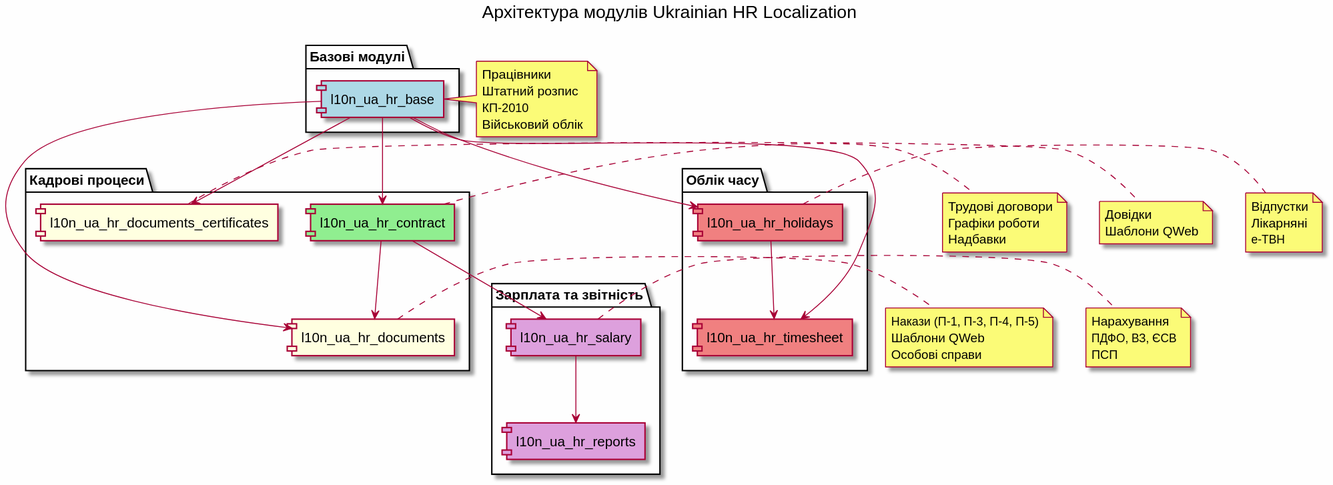
Earlier version of the PlantUML export diagrams/module_architecture.svg (ForcePushAndPray/l10n_ua).
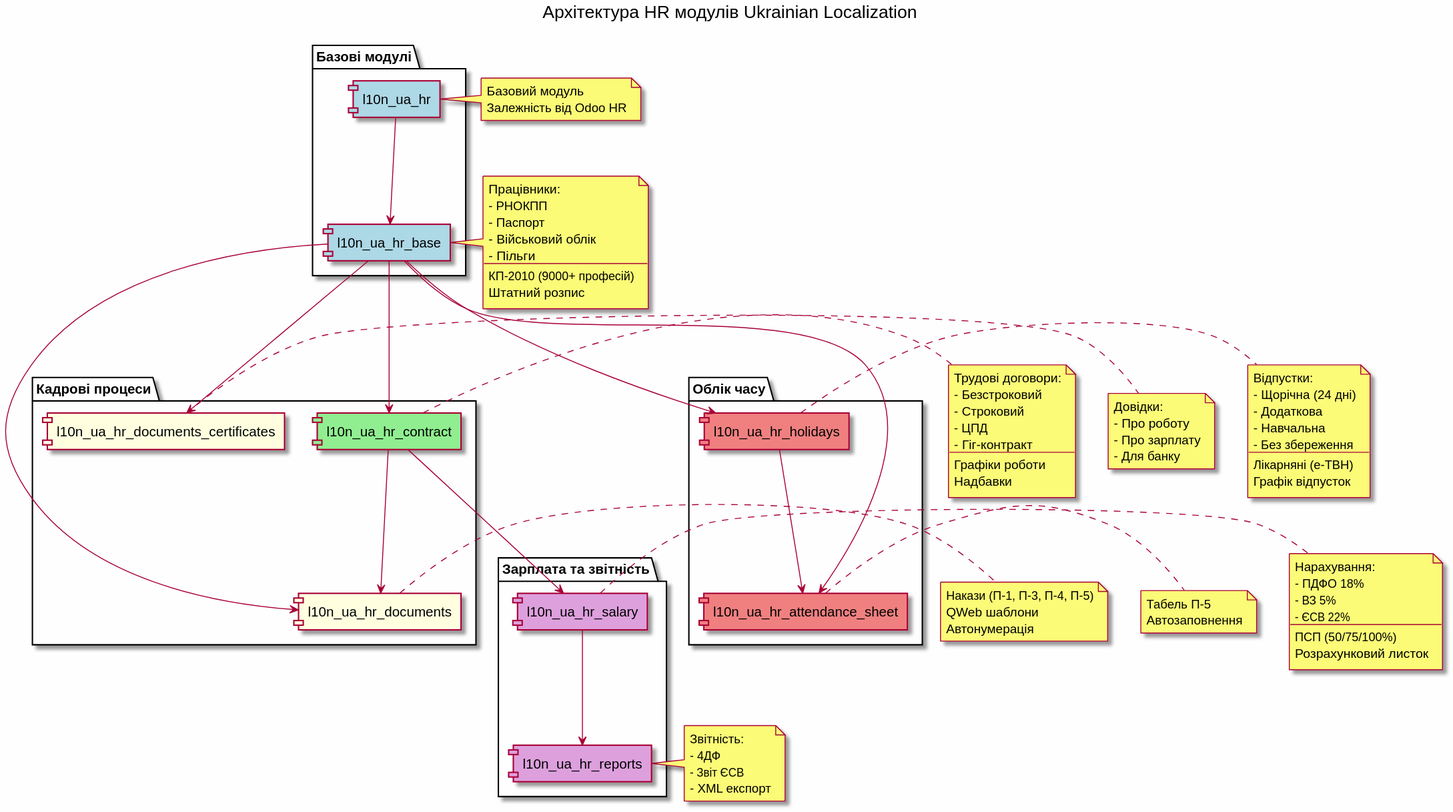
Above is the later version.

Diff of the diagram source:
```diff
@@ -2,9 +2,10 @@
 skinparam backgroundColor #FEFEFE
 skinparam componentStyle rectangle
 
-title Архітектура модулів Ukrainian HR Localization
+title Архітектура HR модулів Ukrainian Localization
 
 package "Базові модулі" {
+    [l10n_ua_hr] as hr #LightBlue
     [l10n_ua_hr_base] as base #LightBlue
 }
 
@@ -16,13 +17,15 @@
 
 package "Облік часу" {
     [l10n_ua_hr_holidays] as holidays #LightCoral
-    [l10n_ua_hr_timesheet] as timesheet #LightCoral
+    [l10n_ua_hr_attendance_sheet] as timesheet #LightCoral
 }
 
 package "Зарплата та звітність" {
     [l10n_ua_hr_salary] as salary #Plum
     [l10n_ua_hr_reports] as reports #Plum
 }
+
+hr --> base
 
 base --> contract
 base --> docs
@@ -37,40 +40,77 @@
 
 holidays --> timesheet
 
+note right of hr
+  Базовий модуль
+  Залежність від Odoo HR
+end note
+
 note right of base
-  Працівники
+  Працівники:
+  - РНОКПП
+  - Паспорт
+  - Військовий облік
+  - Пільги
+  ----
+  КП-2010 (9000+ професій)
   Штатний розпис
-  КП-2010
-  Військовий облік
 end note
 
 note right of contract
-  Трудові договори
+  Трудові договори:
+  - Безстроковий
+  - Строковий
+  - ЦПД
+  - Гіг-контракт
+  ----
   Графіки роботи
   Надбавки
 end note
 
 note right of docs
   Накази (П-1, П-3, П-4, П-5)
-  Шаблони QWeb
-  Особові справи
+  QWeb шаблони
+  Автонумерація
 end note
 
 note right of certs
-  Довідки
-  Шаблони QWeb
+  Довідки:
+  - Про роботу
+  - Про зарплату
+  - Для банку
 end note
 
 note right of holidays
-  Відпустки
-  Лікарняні
-  е-ТВН
+  Відпустки:
+  - Щорічна (24 дні)
+  - Додаткова
+  - Навчальна
+  - Без збереження
+  ----
+  Лікарняні (е-ТВН)
+  Графік відпусток
+end note
+
+note right of timesheet
+  Табель П-5
+  Автозаповнення
 end note
 
 note right of salary
-  Нарахування
-  ПДФО, ВЗ, ЄСВ
-  ПСП
+  Нарахування:
+  - ПДФО 18%
+  - ВЗ 5%
+  - ЄСВ 22%
+  ----
+  ПСП (50/75/100%)
+  Розрахунковий листок
+end note
+
+note right of reports
+  Звітність:
+  - 4ДФ
+  - Звіт ЄСВ
+  - XML експорт
 end note
 
 @enduml
```
